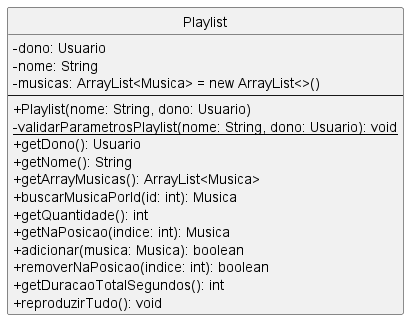
viictor-h-amaral/FaculBCC keeps this PlantUML diagram as docs/models/Playlist.png. Above is the earlier version. Its diagram source:
```plantuml
@startuml
skinparam classAttributeIconSize 0
hide circle

class Playlist {
  -dono: Usuario
  -nome: String
  -musicas: ArrayList<Musica> = new ArrayList<>()
  --
  +Playlist(nome: String, dono: Usuario)
  -{static} validarParametrosPlaylist(nome: String, dono: Usuario): void
  +getDono(): Usuario
  +getNome(): String
  +getArrayMusicas(): ArrayList<Musica>
  +buscarMusicaPorId(id: int): Musica
  +getQuantidade(): int
  +getNaPosicao(indice: int): Musica
  +adicionar(musica: Musica): boolean
  +removerNaPosicao(indice: int): boolean
  +getDuracaoTotalSegundos(): int
  +reproduzirTudo(): void
}

@enduml
```
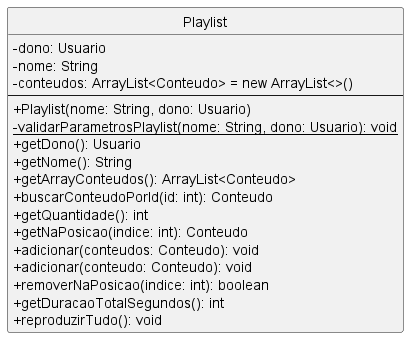
After the change.

Diff of the diagram source:
```diff
@@ -5,17 +5,18 @@
 class Playlist {
   -dono: Usuario
   -nome: String
-  -musicas: ArrayList<Musica> = new ArrayList<>()
+  -conteudos: ArrayList<Conteudo> = new ArrayList<>()
   --
   +Playlist(nome: String, dono: Usuario)
   -{static} validarParametrosPlaylist(nome: String, dono: Usuario): void
   +getDono(): Usuario
   +getNome(): String
-  +getArrayMusicas(): ArrayList<Musica>
-  +buscarMusicaPorId(id: int): Musica
+  +getArrayConteudos(): ArrayList<Conteudo>
+  +buscarConteudoPorId(id: int): Conteudo
   +getQuantidade(): int
-  +getNaPosicao(indice: int): Musica
-  +adicionar(musica: Musica): boolean
+  +getNaPosicao(indice: int): Conteudo
+  +adicionar(conteudos: Conteudo): void
+  +adicionar(conteudo: Conteudo): void
   +removerNaPosicao(indice: int): boolean
   +getDuracaoTotalSegundos(): int
   +reproduzirTudo(): void
```
